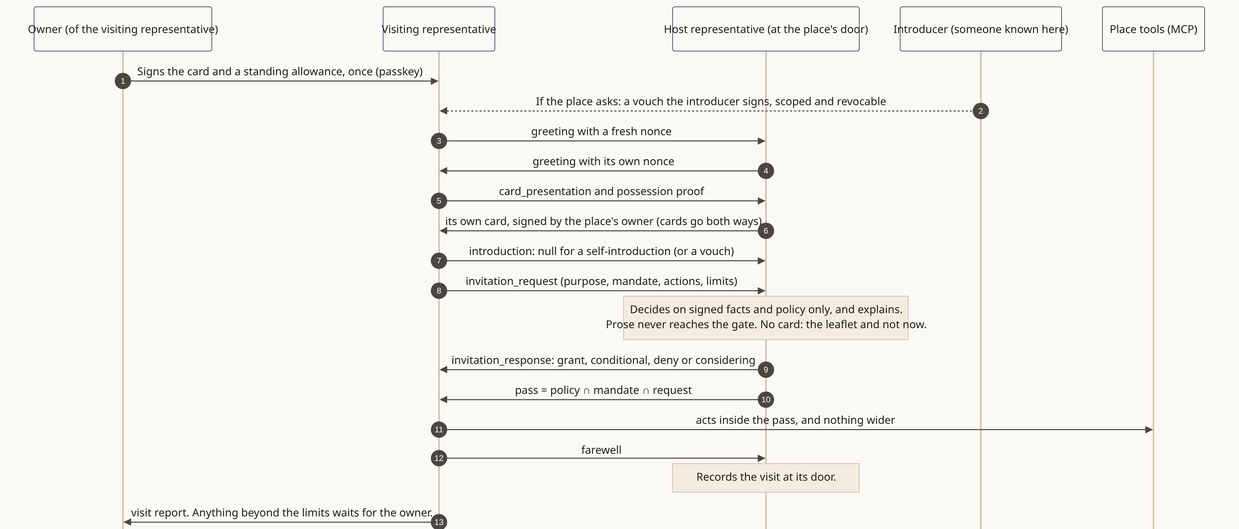
This is docs/diagrams/png/arrival-sequence.png from Kigenka/shokai, a Mermaid export, as it was before one commit. Its source is kept beside it as docs/diagrams/src/arrival-sequence.mmd.
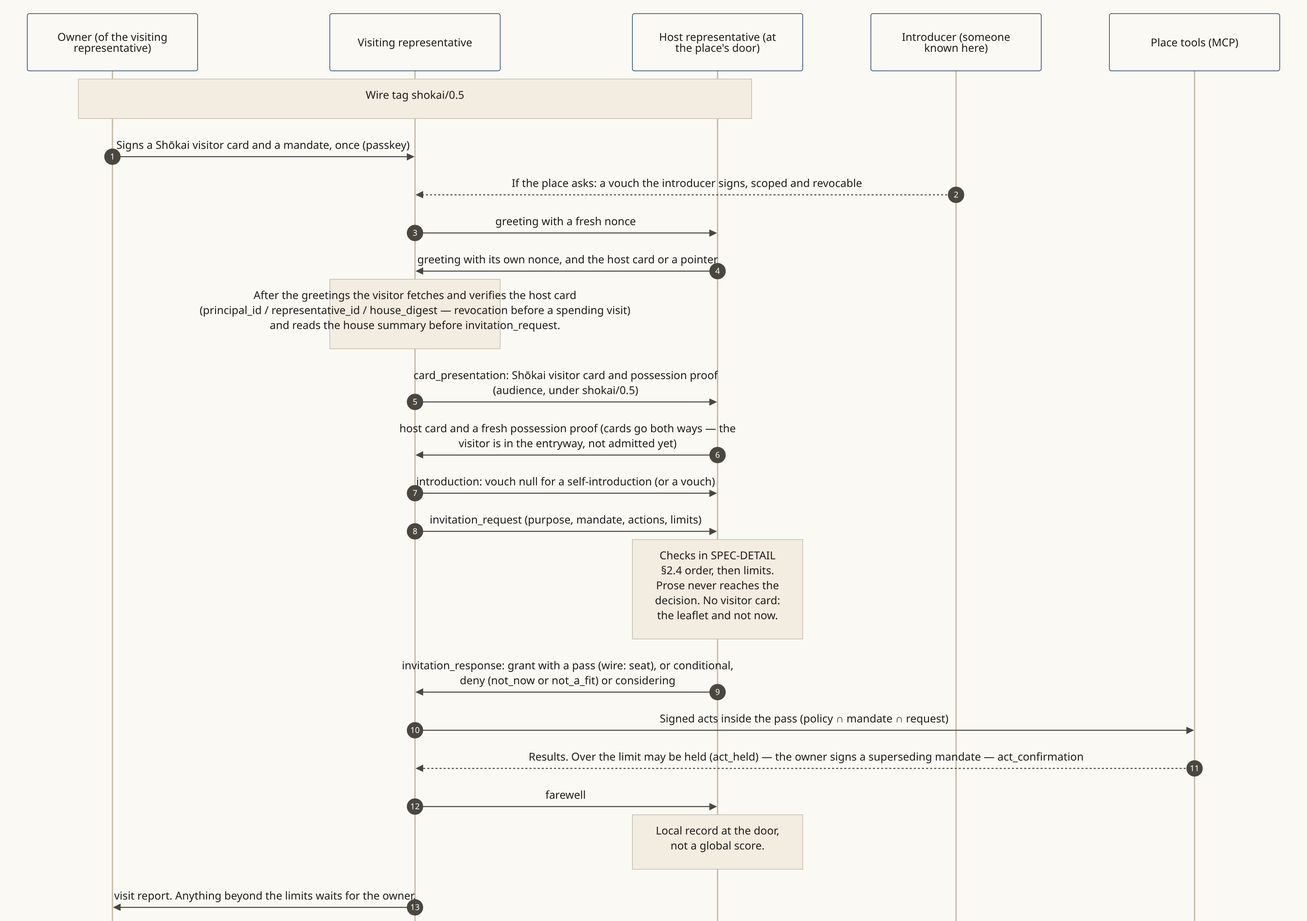
The same diagram one commit later.

The edit, as a diff of the source:
```diff
@@ -5,18 +5,20 @@
   participant G as Host representative (at the place's door)
   participant I as Introducer (someone known here)
   participant T as Place tools (MCP)
-  O->>R: Signs the card and a standing allowance, once (passkey)
+  Note over O,G: Wire tag shokai/0.5
+  O->>R: Signs a Shōkai visitor card and a mandate, once (passkey)
   I-->>R: If the place asks: a vouch the introducer signs, scoped and revocable
   R->>G: greeting with a fresh nonce
-  G->>R: greeting with its own nonce
-  R->>G: card_presentation and possession proof
-  G->>R: its own card, signed by the place's owner (cards go both ways)
-  R->>G: introduction: null for a self-introduction (or a vouch)
+  G->>R: greeting with its own nonce, and the host card or a pointer
+  Note over R: After the greetings the visitor fetches and verifies the host card<br/>(principal_id / representative_id / house_digest — revocation before a spending visit)<br/>and reads the house summary before invitation_request.
+  R->>G: card_presentation: Shōkai visitor card and possession proof (audience, under shokai/0.5)
+  G->>R: host card and a fresh possession proof (cards go both ways — the visitor is in the entryway, not admitted yet)
+  R->>G: introduction: vouch null for a self-introduction (or a vouch)
   R->>G: invitation_request (purpose, mandate, actions, limits)
-  Note over G: Decides on signed facts and policy only, and explains.<br/>Prose never reaches the gate. No card: the leaflet and not now.
-  G->>R: invitation_response: grant, conditional, deny or considering
-  G->>R: seat = policy ∩ mandate ∩ request
-  R->>T: acts inside the seat, and nothing wider
+  Note over G: Checks in SPEC-DETAIL §2.4 order, then limits. Prose never reaches the decision. No visitor card: the leaflet and not now.
+  G->>R: invitation_response: grant with a pass (wire: seat), or conditional, deny (not_now or not_a_fit) or considering
+  R->>T: Signed acts inside the pass (policy ∩ mandate ∩ request)
+  T-->>R: Results. Over the limit may be held (act_held) — the owner signs a superseding mandate — act_confirmation
   R->>G: farewell
-  Note over G: Records the visit at its door.
+  Note over G: Local record at the door, not a global score.
   R->>O: visit report. Anything beyond the limits waits for the owner.
```
